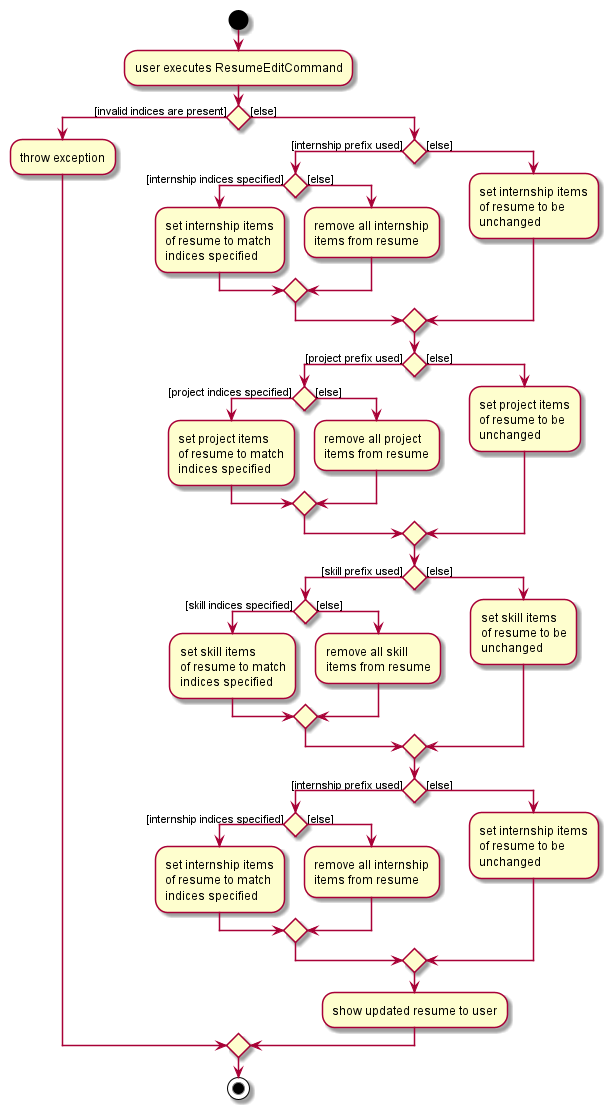
Earlier version of the PlantUML export docs/images/ResumeEditActivityDiagram.png (wardetu/main).
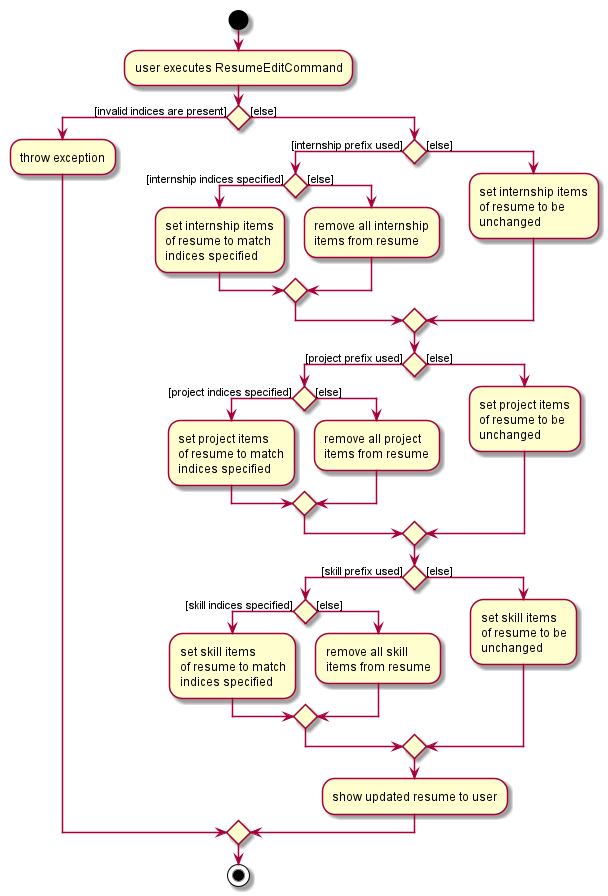
After the change.

Commit message:
Add ResumeEditActivityDiagram by removing extra if-else

Change to the diagram source:
```diff
@@ -47,20 +47,6 @@
         of resume to be
         unchanged;
     endif
-    if () then ([internship prefix used])
-        if () then ([internship indices specified])
-            :set internship items
-            of resume to match
-            indices specified;
-        else ([else])
-            :remove all internship
-            items from resume;
-        endif
-    else ([else])
-        :set internship items
-        of resume to be
-        unchanged;
-    endif
     :show updated resume to user;
 
 endif
```
